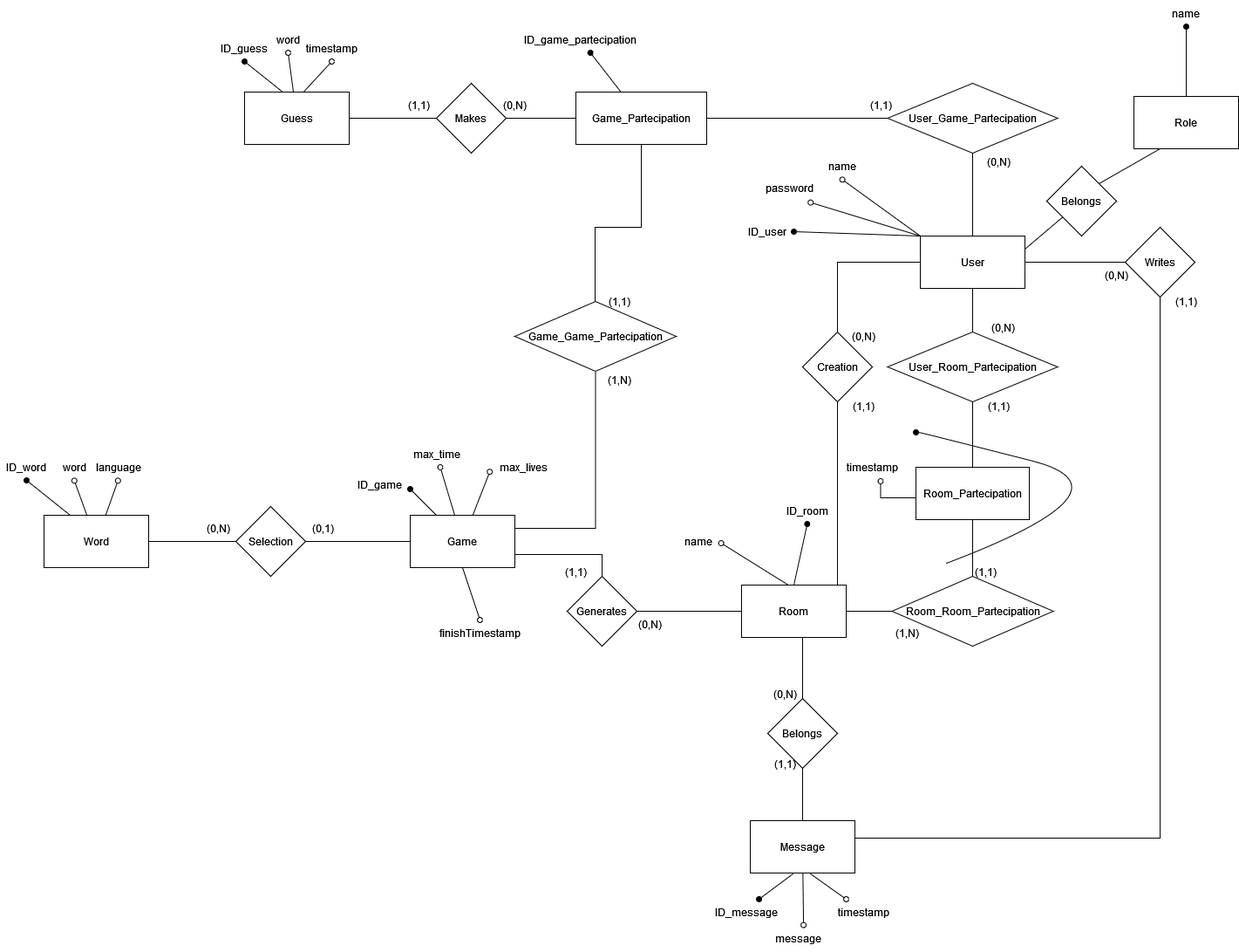
Above: ER_Diagram.png in Cestnut/Hangman-Game (draw.io), before the change. Source tidied: cells renumbered, new cells last; positions are measured from the earlier drawing's top-left corner, leaving out a move shared by most shapes.
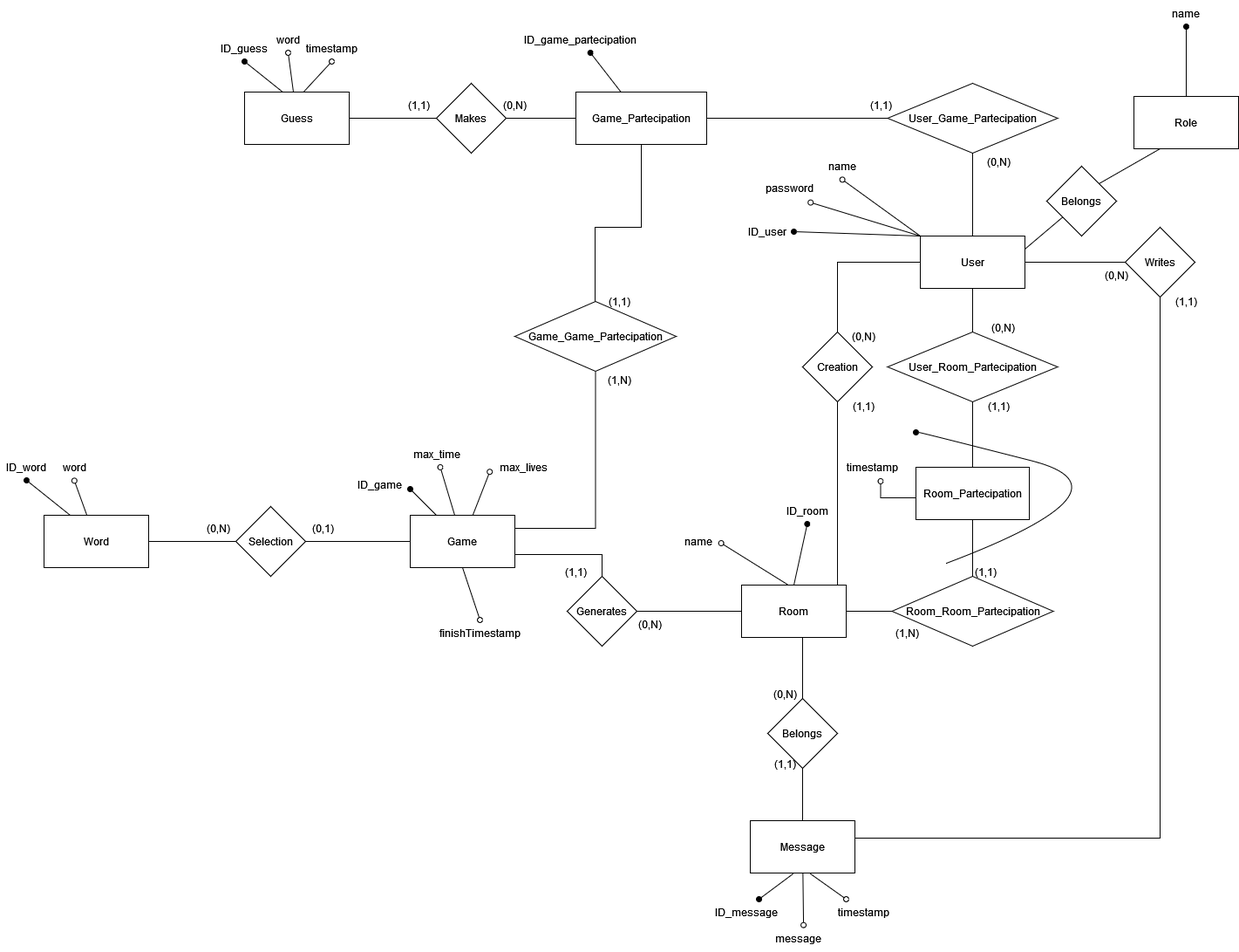
Above is the later version.

Commit message:
deleted language from word table in database

Change to the diagram source:
```diff
@@ -76,9 +76,6 @@
     <mxCell id="25" style="edgeStyle=none;rounded=0;jettySize=auto;html=1;entryX=0.496;entryY=1.013;entryDx=0;entryDy=0;entryPerimeter=0;endArrow=oval;endFill=0;" parent="1" edge="1" source="28" target="85">
       <mxGeometry relative="1" as="geometry" />
     </mxCell>
-    <mxCell id="26" style="edgeStyle=none;rounded=0;jettySize=auto;html=1;entryX=0.497;entryY=1.013;entryDx=0;entryDy=0;entryPerimeter=0;endArrow=oval;endFill=0;" parent="1" edge="1" source="28" target="86">
-      <mxGeometry relative="1" as="geometry" />
-    </mxCell>
     <mxCell id="27" style="rounded=0;jettySize=auto;html=1;exitX=0.25;exitY=0;exitDx=0;exitDy=0;entryX=0.5;entryY=1;entryDx=0;entryDy=0;endArrow=oval;endFill=1;" parent="1" edge="1" source="28" target="99">
       <mxGeometry relative="1" as="geometry" />
     </mxCell>
@@ -274,9 +271,6 @@
     <mxCell id="85" value="word" style="text;html=1;align=center;verticalAlign=middle;points=[];strokeColor=none;fillColor=none;" parent="1" vertex="1">
       <mxGeometry x="60" y="520" width="50" height="30" as="geometry" />
     </mxCell>
-    <mxCell id="86" value="language" style="text;html=1;align=center;verticalAlign=middle;points=[];strokeColor=none;fillColor=none;" parent="1" vertex="1">
-      <mxGeometry x="100" y="520" width="70" height="30" as="geometry" />
-    </mxCell>
     <mxCell id="87" value="ID_game" style="text;html=1;align=center;verticalAlign=middle;points=[];strokeColor=none;fillColor=none;" parent="1" vertex="1">
       <mxGeometry x="400" y="540" width="70" height="30" as="geometry" />
     </mxCell>
```
